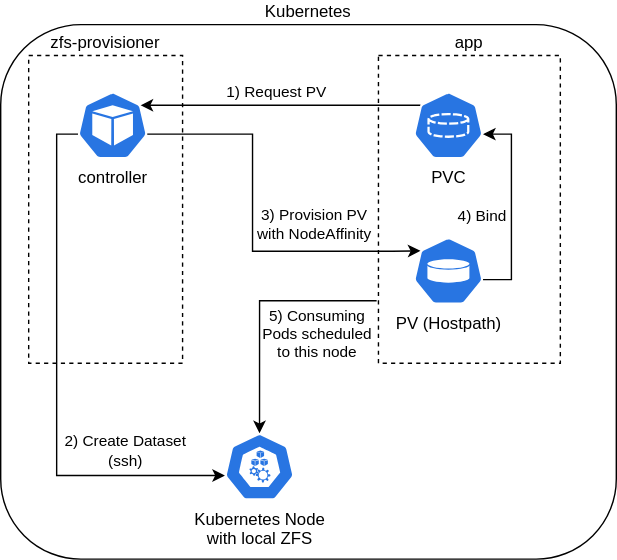
Above: architecture.hostpath.drawio.svg in ccremer/kubernetes-zfs-provisioner (draw.io), before the change. Source tidied: cells renumbered, new cells last; positions are measured from the earlier drawing's top-left corner, leaving out a move shared by most shapes. The source it was exported from:
```xml
<mxGraphModel>
  <root>
    <mxCell id="0" />
    <mxCell id="1" parent="0" />
    <mxCell id="2" value="Kubernetes" style="rounded=1;whiteSpace=wrap;html=1;labelPosition=center;verticalLabelPosition=top;align=center;verticalAlign=bottom;fillColor=none;" parent="1" vertex="1">
      <mxGeometry width="440" height="382" as="geometry" />
    </mxCell>
    <mxCell id="3" value="zfs-provisioner" style="rounded=0;whiteSpace=wrap;html=1;dashed=1;labelPosition=center;verticalLabelPosition=top;align=center;verticalAlign=bottom;fillColor=none;" parent="1" vertex="1">
      <mxGeometry x="20" y="22" width="110" height="220" as="geometry" />
    </mxCell>
    <mxCell id="4" style="edgeStyle=elbowEdgeStyle;rounded=0;jettySize=auto;html=1;exitX=0.005;exitY=0.63;exitDx=0;exitDy=0;exitPerimeter=0;entryX=0.005;entryY=0.63;entryDx=0;entryDy=0;entryPerimeter=0;" parent="1" edge="1" source="6" target="18">
      <mxGeometry relative="1" as="geometry">
        <Array as="points">
          <mxPoint x="40" y="212" />
        </Array>
      </mxGeometry>
    </mxCell>
    <mxCell id="5" value="2) Create Dataset&lt;br&gt;(ssh)" style="edgeLabel;html=1;align=center;verticalAlign=middle;labelBackgroundColor=none;" parent="4" vertex="1">
      <mxGeometry x="0.56" relative="1" as="geometry">
        <mxPoint x="13" y="-17.2" as="offset" />
      </mxGeometry>
    </mxCell>
    <mxCell id="6" value="controller" style="html=1;dashed=0;whitespace=wrap;fillColor=#2875E2;strokeColor=#ffffff;points=[[0.005,0.63,0],[0.1,0.2,0],[0.9,0.2,0],[0.5,0,0],[0.995,0.63,0],[0.72,0.99,0],[0.5,1,0],[0.28,0.99,0]];shape=mxgraph.kubernetes.icon;prIcon=pod;labelPosition=center;verticalLabelPosition=bottom;align=center;verticalAlign=top;" parent="1" vertex="1">
      <mxGeometry x="55" y="48" width="50" height="48" as="geometry" />
    </mxCell>
    <mxCell id="7" value="app" style="rounded=0;whiteSpace=wrap;html=1;dashed=1;labelPosition=center;verticalLabelPosition=top;align=center;verticalAlign=bottom;fillColor=none;" parent="1" vertex="1">
      <mxGeometry x="270" y="22" width="130" height="220" as="geometry" />
    </mxCell>
    <mxCell id="8" style="edgeStyle=orthogonalEdgeStyle;rounded=0;jettySize=auto;html=1;exitX=0.1;exitY=0.2;exitDx=0;exitDy=0;exitPerimeter=0;entryX=0.9;entryY=0.2;entryDx=0;entryDy=0;entryPerimeter=0;" parent="1" edge="1" source="10" target="6">
      <mxGeometry relative="1" as="geometry" />
    </mxCell>
    <mxCell id="9" value="1) Request PV" style="edgeLabel;html=1;align=center;verticalAlign=middle;labelBackgroundColor=none;" parent="8" vertex="1">
      <mxGeometry x="0.24" y="-1" relative="1" as="geometry">
        <mxPoint x="21" y="-8.6" as="offset" />
      </mxGeometry>
    </mxCell>
    <mxCell id="10" value="PVC" style="html=1;dashed=0;whitespace=wrap;fillColor=#2875E2;strokeColor=#ffffff;points=[[0.005,0.63,0],[0.1,0.2,0],[0.9,0.2,0],[0.5,0,0],[0.995,0.63,0],[0.72,0.99,0],[0.5,1,0],[0.28,0.99,0]];shape=mxgraph.kubernetes.icon;prIcon=pvc;labelPosition=center;verticalLabelPosition=bottom;align=center;verticalAlign=top;" parent="1" vertex="1">
      <mxGeometry x="295" y="48" width="50" height="48" as="geometry" />
    </mxCell>
    <mxCell id="11" style="edgeStyle=orthogonalEdgeStyle;rounded=0;jettySize=auto;html=1;exitX=0.995;exitY=0.63;exitDx=0;exitDy=0;exitPerimeter=0;entryX=0.995;entryY=0.63;entryDx=0;entryDy=0;entryPerimeter=0;" parent="1" edge="1" source="15" target="10">
      <mxGeometry relative="1" as="geometry" />
    </mxCell>
    <mxCell id="12" value="4) Bind" style="edgeLabel;html=1;align=center;verticalAlign=middle;labelBackgroundColor=none;" parent="11" vertex="1">
      <mxGeometry x="0.21" relative="1" as="geometry">
        <mxPoint x="-21" y="21.9" as="offset" />
      </mxGeometry>
    </mxCell>
    <mxCell id="13" style="edgeStyle=orthogonalEdgeStyle;rounded=0;jettySize=auto;html=1;exitX=-0.01;exitY=0.797;exitDx=0;exitDy=0;exitPerimeter=0;entryX=0.5;entryY=0;entryDx=0;entryDy=0;entryPerimeter=0;endArrow=classic;endFill=1;startArrow=none;startFill=0;" parent="1" edge="1" source="7" target="18">
      <mxGeometry relative="1" as="geometry" />
    </mxCell>
    <mxCell id="14" value="5) Consuming&lt;br&gt;Pods scheduled&lt;br&gt;to this node" style="edgeLabel;html=1;align=center;verticalAlign=middle;labelBorderColor=none;labelBackgroundColor=none;" parent="13" vertex="1">
      <mxGeometry x="0.31" y="-2" relative="1" as="geometry">
        <mxPoint x="43" y="-9.2" as="offset" />
      </mxGeometry>
    </mxCell>
    <mxCell id="15" value="PV (Hostpath)" style="html=1;dashed=0;whitespace=wrap;fillColor=#2875E2;strokeColor=#ffffff;points=[[0.005,0.63,0],[0.1,0.2,0],[0.9,0.2,0],[0.5,0,0],[0.995,0.63,0],[0.72,0.99,0],[0.5,1,0],[0.28,0.99,0]];shape=mxgraph.kubernetes.icon;prIcon=pv;labelPosition=center;verticalLabelPosition=bottom;align=center;verticalAlign=top;" parent="1" vertex="1">
      <mxGeometry x="295" y="152" width="50" height="48" as="geometry" />
    </mxCell>
    <mxCell id="16" style="edgeStyle=orthogonalEdgeStyle;rounded=0;jettySize=auto;html=1;exitX=0.995;exitY=0.63;exitDx=0;exitDy=0;exitPerimeter=0;entryX=0.1;entryY=0.2;entryDx=0;entryDy=0;entryPerimeter=0;" parent="1" edge="1" source="6" target="15">
      <mxGeometry relative="1" as="geometry">
        <Array as="points">
          <mxPoint x="180" y="78" />
          <mxPoint x="180" y="162" />
          <mxPoint x="280" y="162" />
        </Array>
      </mxGeometry>
    </mxCell>
    <mxCell id="17" value="3) Provision PV&lt;br&gt;with NodeAffinity" style="edgeLabel;html=1;align=center;verticalAlign=middle;labelBackgroundColor=none;" parent="16" vertex="1">
      <mxGeometry x="0.19" relative="1" as="geometry">
        <mxPoint x="36.7" y="-19" as="offset" />
      </mxGeometry>
    </mxCell>
    <mxCell id="18" value="&lt;span&gt;Kubernetes&amp;nbsp;&lt;/span&gt;&lt;span&gt;Node&lt;br&gt;with local ZFS&lt;/span&gt;" style="html=1;dashed=0;whitespace=wrap;fillColor=#2875E2;strokeColor=#ffffff;points=[[0.005,0.63,0],[0.1,0.2,0],[0.9,0.2,0],[0.5,0,0],[0.995,0.63,0],[0.72,0.99,0],[0.5,1,0],[0.28,0.99,0]];shape=mxgraph.kubernetes.icon;prIcon=node;labelPosition=center;verticalLabelPosition=bottom;align=center;verticalAlign=top;" parent="1" vertex="1">
      <mxGeometry x="160" y="292" width="50" height="48" as="geometry" />
    </mxCell>
  </root>
</mxGraphModel>
```
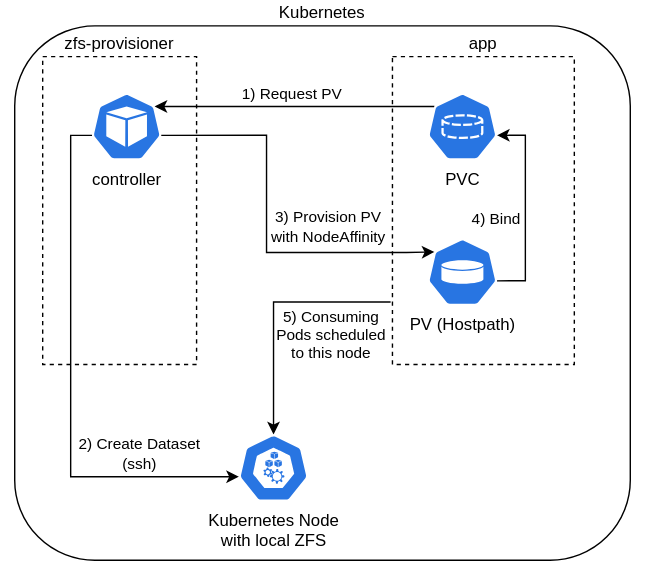
The same diagram one commit later.

Commit message:
Add white background to diagrams

In dark mode, it would be unreadable

Change to the diagram source:
```diff
@@ -2,6 +2,9 @@
   <root>
     <mxCell id="0" />
     <mxCell id="1" parent="0" />
+    <mxCell id="19" style="rounded=0;whiteSpace=wrap;html=1;strokeColor=none;" parent="1" vertex="1">
+      <mxGeometry x="-10" y="-18" width="460" height="410" as="geometry" />
+    </mxCell>
     <mxCell id="2" value="Kubernetes" style="rounded=1;whiteSpace=wrap;html=1;labelPosition=center;verticalLabelPosition=top;align=center;verticalAlign=bottom;fillColor=none;" parent="1" vertex="1">
       <mxGeometry width="440" height="382" as="geometry" />
     </mxCell>
```
